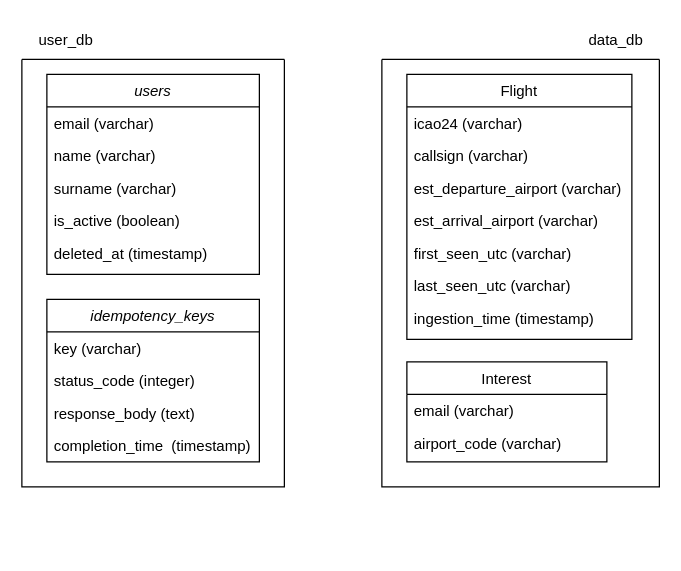
Earlier version of the draw.io diagram db.drawio (marioguerrera1309/Homework_Ficarra_Guerrera). Source tidied: cells renumbered, new cells numbered last; positions are measured from the earlier drawing's top-left corner, leaving out a move shared by most shapes. Both pictures are drawn from the tidied source at 125%, with x=0, y=0 at pixel (21, 21).
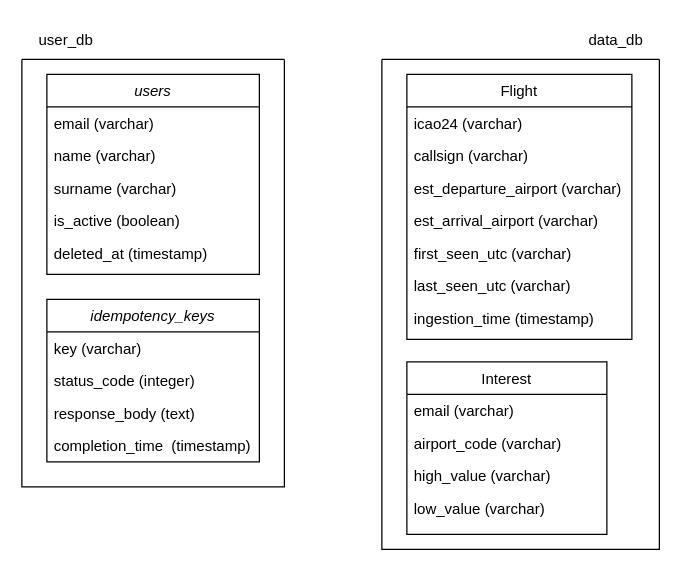
The same diagram, later.

Change to the diagram source:
```diff
@@
     <mxCell id="6" style="swimlane;startSize=0;" parent="1" vertex="1">
-      <mxGeometry x="288" y="30" width="222" height="342" as="geometry" />
+      <mxGeometry x="288" y="30" width="222" height="392" as="geometry" />
     </mxCell>
@@
     <mxCell id="15" value="Interest" style="swimlane;fontStyle=0;align=center;verticalAlign=top;horizontal=1;startSize=26;rounded=0;shadow=0;strokeWidth=1;" parent="6" vertex="1">
-      <mxGeometry x="20" y="242" width="160" height="80" as="geometry" />
+      <mxGeometry x="20" y="242" width="160" height="138" as="geometry" />
     </mxCell>
@@
+    <mxCell id="28" value="high_value (varchar)" style="text;align=left;verticalAlign=top;spacingLeft=4;spacingRight=4;overflow=hidden;rounded=0;shadow=0;html=0;" parent="15" vertex="1">
+      <mxGeometry y="78" width="160" height="26" as="geometry" />
+    </mxCell>
+    <mxCell id="29" value="low_value (varchar)" style="text;align=left;verticalAlign=top;spacingLeft=4;spacingRight=4;overflow=hidden;rounded=0;shadow=0;html=0;" parent="15" vertex="1">
+      <mxGeometry y="104" width="160" height="26" as="geometry" />
+    </mxCell>
```
